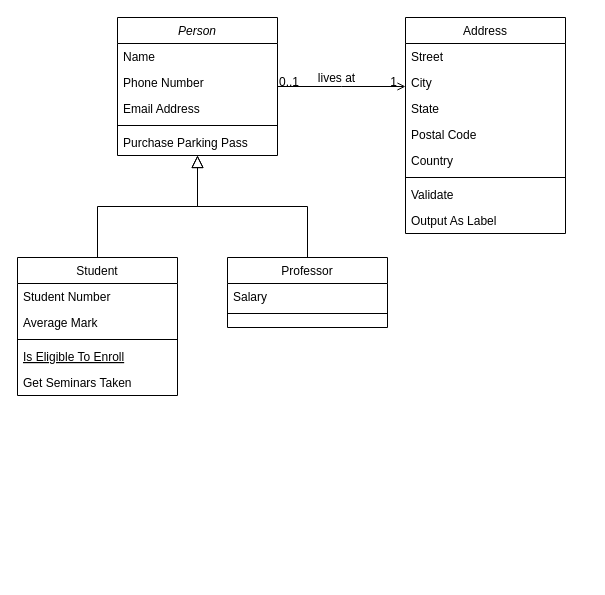
lornezhang66/draw.io keeps this draw.io diagram as 未命名绘图.drawio. Above is the earlier version. Source tidied: cells renumbered, new cells numbered last; positions are measured from the earlier drawing's top-left corner, leaving out a move shared by most shapes. Both pictures are drawn from the tidied source at 100%, with x=0, y=0 at pixel (17, 17).
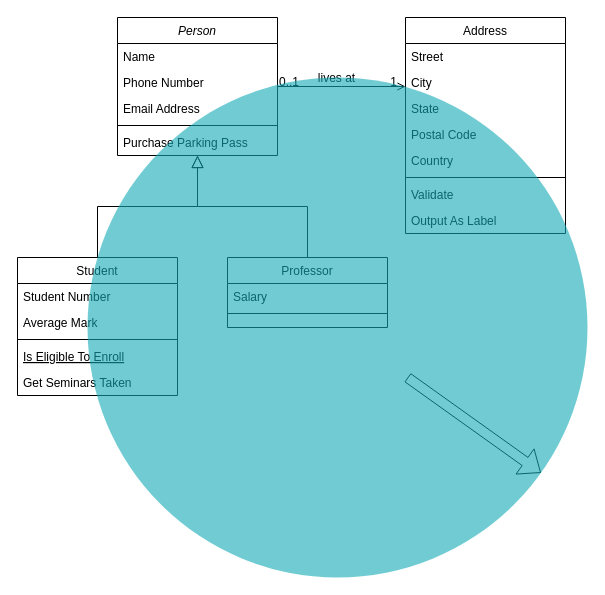
The same page after the edit.

Commit message:
更新未命名绘图.drawio

What changed in the source:
```diff
@@
+    <mxCell id="32" style="shape=flexArrow;endArrow=classic;html=1;rounded=0;" parent="1" edge="1" target="33">
+      <mxGeometry relative="1" as="geometry">
+        <mxPoint x="390" y="360" as="sourcePoint" />
+      </mxGeometry>
+    </mxCell>
+    <mxCell id="33" style="ellipse;fillColor=#12AAB5;opacity=60;strokeColor=none;html=1;fontColor=#FFFFFF;" parent="1" vertex="1">
+      <mxGeometry x="70" y="60" width="500" height="500" as="geometry" />
+    </mxCell>
```
